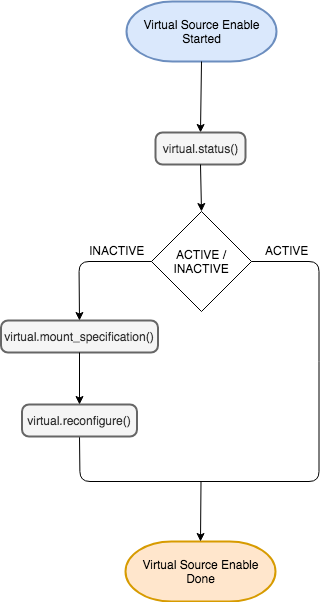
Earlier version of the draw.io export docs/docs/References/images/VirtualSourceEnable.png (delphix/virtualization-sdk). Source tidied: cells renumbered, new cells last; positions are measured from the earlier drawing's top-left corner, leaving out a move shared by most shapes. Source of this version:
```xml
<mxGraphModel>
  <root>
    <mxCell id="0" />
    <mxCell id="1" parent="0" />
    <mxCell id="2" value="ACTIVE / INACTIVE" style="strokeWidth=1;html=1;shape=mxgraph.flowchart.decision;whiteSpace=wrap;" parent="1" vertex="1">
      <mxGeometry x="150" y="210" width="100" height="100" as="geometry" />
    </mxCell>
    <mxCell id="3" value="Virtual Source Enable&lt;br&gt;Started&lt;span&gt;&lt;br&gt;&lt;/span&gt;" style="strokeWidth=2;html=1;shape=mxgraph.flowchart.terminator;whiteSpace=wrap;fillColor=#dae8fc;strokeColor=#6c8ebf;" parent="1" vertex="1">
      <mxGeometry x="125" width="150" height="60" as="geometry" />
    </mxCell>
    <mxCell id="4" value="Virtual Source Enable&lt;br&gt;&lt;span&gt;Done&lt;br&gt;&lt;/span&gt;" style="strokeWidth=2;html=1;shape=mxgraph.flowchart.terminator;whiteSpace=wrap;fillColor=#ffe6cc;strokeColor=#d79b00;" parent="1" vertex="1">
      <mxGeometry x="124" y="540" width="150" height="60" as="geometry" />
    </mxCell>
    <mxCell id="5" style="endArrow=classic;html=1;exitX=0.5;exitY=1;exitDx=0;exitDy=0;exitPerimeter=0;entryX=0.5;entryY=0;entryDx=0;entryDy=0;" parent="1" edge="1" source="3" target="13">
      <mxGeometry relative="1" as="geometry" />
    </mxCell>
    <mxCell id="6" value="INACTIVE" style="text;html=1;align=left;verticalAlign=top;spacingTop=-4;" parent="1" vertex="1">
      <mxGeometry x="86" y="240" width="70" height="20" as="geometry" />
    </mxCell>
    <mxCell id="7" value="ACTIVE" style="text;html=1;align=left;verticalAlign=top;spacingTop=-4;" parent="1" vertex="1">
      <mxGeometry x="262" y="240" width="60" height="20" as="geometry" />
    </mxCell>
    <mxCell id="8" value="virtual.mount_specification()" style="rounded=1;whiteSpace=wrap;html=1;absoluteArcSize=1;arcSize=14;strokeWidth=2;fillColor=#f5f5f5;strokeColor=#666666;fontColor=#333333;" parent="1" vertex="1">
      <mxGeometry x="-0.5" y="319" width="157" height="32" as="geometry" />
    </mxCell>
    <mxCell id="9" style="endArrow=classic;html=1;exitX=0;exitY=0.5;exitDx=0;exitDy=0;exitPerimeter=0;entryX=0.5;entryY=0;entryDx=0;entryDy=0;" parent="1" edge="1" source="2" target="8">
      <mxGeometry relative="1" as="geometry">
        <Array as="points">
          <mxPoint x="77.5" y="260" />
        </Array>
      </mxGeometry>
    </mxCell>
    <mxCell id="10" style="endArrow=none;html=1;exitX=1;exitY=0.5;exitDx=0;exitDy=0;exitPerimeter=0;endFill=0;" parent="1" edge="1" source="2">
      <mxGeometry relative="1" as="geometry">
        <mxPoint x="317.5" y="360" as="targetPoint" />
        <Array as="points">
          <mxPoint x="317.5" y="260" />
        </Array>
      </mxGeometry>
    </mxCell>
    <mxCell id="11" style="endArrow=none;html=1;exitX=0.5;exitY=1;exitDx=0;exitDy=0;endFill=0;" parent="1" edge="1" source="15">
      <mxGeometry relative="1" as="geometry">
        <mxPoint x="187.5" y="480" as="targetPoint" />
        <Array as="points">
          <mxPoint x="78.5" y="480" />
        </Array>
      </mxGeometry>
    </mxCell>
    <mxCell id="12" style="endArrow=none;html=1;endFill=0;" parent="1" edge="1">
      <mxGeometry relative="1" as="geometry">
        <mxPoint x="317.5" y="360" as="sourcePoint" />
        <mxPoint x="187.5" y="480" as="targetPoint" />
        <Array as="points">
          <mxPoint x="317.5" y="480" />
        </Array>
      </mxGeometry>
    </mxCell>
    <mxCell id="13" value="virtual.status()" style="rounded=1;whiteSpace=wrap;html=1;absoluteArcSize=1;arcSize=14;strokeWidth=2;fillColor=#f5f5f5;strokeColor=#666666;fontColor=#333333;" parent="1" vertex="1">
      <mxGeometry x="154" y="131" width="90" height="32" as="geometry" />
    </mxCell>
    <mxCell id="14" style="endArrow=classic;html=1;entryX=0.5;entryY=0;entryDx=0;entryDy=0;entryPerimeter=0;exitX=0.5;exitY=1;exitDx=0;exitDy=0;" parent="1" edge="1" source="13" target="2">
      <mxGeometry relative="1" as="geometry" />
    </mxCell>
    <mxCell id="15" value="virtual.reconfigure()" style="rounded=1;whiteSpace=wrap;html=1;absoluteArcSize=1;arcSize=14;strokeWidth=2;fillColor=#f5f5f5;strokeColor=#666666;fontColor=#333333;" parent="1" vertex="1">
      <mxGeometry x="20.5" y="403" width="115" height="32" as="geometry" />
    </mxCell>
    <mxCell id="16" style="endArrow=classic;html=1;entryX=0.5;entryY=0;entryDx=0;entryDy=0;exitX=0.5;exitY=1;exitDx=0;exitDy=0;" parent="1" edge="1" source="8" target="15">
      <mxGeometry relative="1" as="geometry" />
    </mxCell>
    <mxCell id="17" style="endArrow=classic;html=1;entryX=0.5;entryY=0;entryDx=0;entryDy=0;entryPerimeter=0;" parent="1" edge="1" target="4">
      <mxGeometry relative="1" as="geometry">
        <mxPoint x="199.5" y="480" as="sourcePoint" />
      </mxGeometry>
    </mxCell>
  </root>
</mxGraphModel>
```
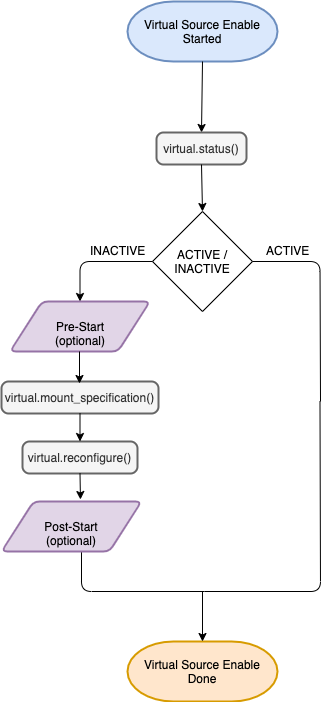
Above is the later version.

Diff of the diagram source:
```diff
@@ -9,7 +9,7 @@
       <mxGeometry x="125" width="150" height="60" as="geometry" />
     </mxCell>
     <mxCell id="4" value="Virtual Source Enable&lt;br&gt;&lt;span&gt;Done&lt;br&gt;&lt;/span&gt;" style="strokeWidth=2;html=1;shape=mxgraph.flowchart.terminator;whiteSpace=wrap;fillColor=#ffe6cc;strokeColor=#d79b00;" parent="1" vertex="1">
-      <mxGeometry x="124" y="540" width="150" height="60" as="geometry" />
+      <mxGeometry x="125" y="640" width="150" height="60" as="geometry" />
     </mxCell>
     <mxCell id="5" style="endArrow=classic;html=1;exitX=0.5;exitY=1;exitDx=0;exitDy=0;exitPerimeter=0;entryX=0.5;entryY=0;entryDx=0;entryDy=0;" parent="1" edge="1" source="3" target="13">
       <mxGeometry relative="1" as="geometry" />
@@ -21,9 +21,9 @@
       <mxGeometry x="262" y="240" width="60" height="20" as="geometry" />
     </mxCell>
     <mxCell id="8" value="virtual.mount_specification()" style="rounded=1;whiteSpace=wrap;html=1;absoluteArcSize=1;arcSize=14;strokeWidth=2;fillColor=#f5f5f5;strokeColor=#666666;fontColor=#333333;" parent="1" vertex="1">
-      <mxGeometry x="-0.5" y="319" width="157" height="32" as="geometry" />
+      <mxGeometry x="-1" y="380" width="157" height="32" as="geometry" />
     </mxCell>
-    <mxCell id="9" style="endArrow=classic;html=1;exitX=0;exitY=0.5;exitDx=0;exitDy=0;exitPerimeter=0;entryX=0.5;entryY=0;entryDx=0;entryDy=0;" parent="1" edge="1" source="2" target="8">
+    <mxCell id="9" style="endArrow=classic;html=1;exitX=0;exitY=0.5;exitDx=0;exitDy=0;exitPerimeter=0;entryX=0.5;entryY=0;entryDx=0;entryDy=0;" parent="1" edge="1" source="2" target="18">
       <mxGeometry relative="1" as="geometry">
         <Array as="points">
           <mxPoint x="77.5" y="260" />
@@ -32,26 +32,27 @@
     </mxCell>
     <mxCell id="10" style="endArrow=none;html=1;exitX=1;exitY=0.5;exitDx=0;exitDy=0;exitPerimeter=0;endFill=0;" parent="1" edge="1" source="2">
       <mxGeometry relative="1" as="geometry">
-        <mxPoint x="317.5" y="360" as="targetPoint" />
+        <mxPoint x="318" y="400" as="targetPoint" />
         <Array as="points">
           <mxPoint x="317.5" y="260" />
         </Array>
       </mxGeometry>
     </mxCell>
-    <mxCell id="11" style="endArrow=none;html=1;exitX=0.5;exitY=1;exitDx=0;exitDy=0;endFill=0;" parent="1" edge="1" source="15">
+    <mxCell id="11" style="endArrow=none;html=1;endFill=0;" parent="1" edge="1">
       <mxGeometry relative="1" as="geometry">
-        <mxPoint x="187.5" y="480" as="targetPoint" />
+        <mxPoint x="79" y="550" as="sourcePoint" />
+        <mxPoint x="202" y="590" as="targetPoint" />
         <Array as="points">
-          <mxPoint x="78.5" y="480" />
+          <mxPoint x="79" y="590" />
         </Array>
       </mxGeometry>
     </mxCell>
     <mxCell id="12" style="endArrow=none;html=1;endFill=0;" parent="1" edge="1">
       <mxGeometry relative="1" as="geometry">
-        <mxPoint x="317.5" y="360" as="sourcePoint" />
-        <mxPoint x="187.5" y="480" as="targetPoint" />
+        <mxPoint x="317.5" y="400" as="sourcePoint" />
+        <mxPoint x="202" y="590" as="targetPoint" />
         <Array as="points">
-          <mxPoint x="317.5" y="480" />
+          <mxPoint x="318" y="590" />
         </Array>
       </mxGeometry>
     </mxCell>
@@ -62,15 +63,30 @@
       <mxGeometry relative="1" as="geometry" />
     </mxCell>
     <mxCell id="15" value="virtual.reconfigure()" style="rounded=1;whiteSpace=wrap;html=1;absoluteArcSize=1;arcSize=14;strokeWidth=2;fillColor=#f5f5f5;strokeColor=#666666;fontColor=#333333;" parent="1" vertex="1">
-      <mxGeometry x="20.5" y="403" width="115" height="32" as="geometry" />
+      <mxGeometry x="20" y="440" width="115" height="32" as="geometry" />
     </mxCell>
     <mxCell id="16" style="endArrow=classic;html=1;entryX=0.5;entryY=0;entryDx=0;entryDy=0;exitX=0.5;exitY=1;exitDx=0;exitDy=0;" parent="1" edge="1" source="8" target="15">
       <mxGeometry relative="1" as="geometry" />
     </mxCell>
     <mxCell id="17" style="endArrow=classic;html=1;entryX=0.5;entryY=0;entryDx=0;entryDy=0;entryPerimeter=0;" parent="1" edge="1" target="4">
       <mxGeometry relative="1" as="geometry">
-        <mxPoint x="199.5" y="480" as="sourcePoint" />
+        <mxPoint x="200" y="590" as="sourcePoint" />
       </mxGeometry>
     </mxCell>
+    <mxCell id="18" value="Pre-Start&lt;br&gt;(optional)" style="verticalAlign=center;html=1;strokeWidth=2;shape=parallelogram;perimeter=parallelogramPerimeter;whiteSpace=wrap;rounded=1;arcSize=12;size=0.23;comic=0;fillColor=#e1d5e7;strokeColor=#9673a6;" parent="1" vertex="1">
+      <mxGeometry x="7.5" y="300" width="140" height="50" as="geometry" />
+    </mxCell>
+    <mxCell id="19" style="endArrow=classic;html=1;entryX=0.5;entryY=0;entryDx=0;entryDy=0;" parent="1" edge="1">
+      <mxGeometry relative="1" as="geometry">
+        <mxPoint x="77" y="350" as="sourcePoint" />
+        <mxPoint x="77" y="382" as="targetPoint" />
+      </mxGeometry>
+    </mxCell>
+    <mxCell id="20" value="Post-Start&lt;br&gt;(optional)" style="verticalAlign=center;html=1;strokeWidth=2;shape=parallelogram;perimeter=parallelogramPerimeter;whiteSpace=wrap;rounded=1;arcSize=12;size=0.23;comic=0;fillColor=#e1d5e7;strokeColor=#9673a6;" parent="1" vertex="1">
+      <mxGeometry x="-1" y="500" width="140" height="50" as="geometry" />
+    </mxCell>
+    <mxCell id="21" style="endArrow=classic;html=1;entryX=0.564;entryY=-0.04;entryDx=0;entryDy=0;exitX=0.5;exitY=1;exitDx=0;exitDy=0;entryPerimeter=0;" parent="1" edge="1" source="15" target="20">
+      <mxGeometry relative="1" as="geometry" />
+    </mxCell>
   </root>
 </mxGraphModel>
```
